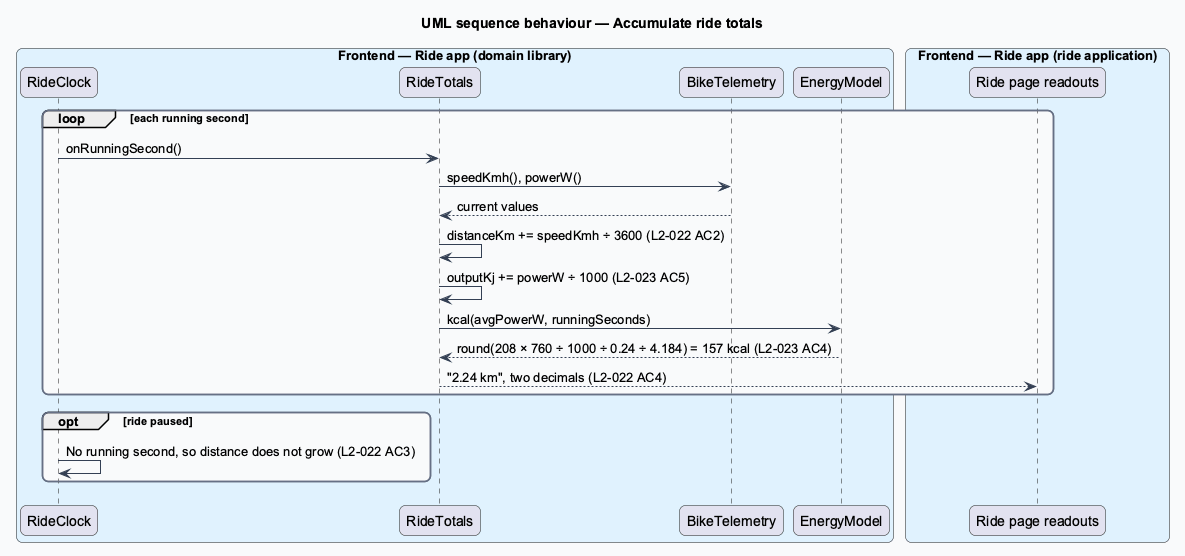
Earlier version of the PlantUML export docs/detailed-designs/bike/read-bike-telemetry/diagrams/sequence-accumulate-ride-totals.png (QuinntyneBrown/ride-one). Its diagram source:
```plantuml
@startuml
title UML sequence behaviour — Accumulate ride totals
skinparam backgroundColor #FFFFFF
skinparam shadowing false
skinparam roundcorner 12
skinparam defaultFontName Arial
skinparam ArrowColor #344054
skinparam rectangle {
  BorderColor #344054
  FontColor #101828
}
skinparam package {
  BorderColor #667085
  FontColor #101828
  BackgroundColor #F9FAFB
}
box "Frontend — Ride app (domain library)" #E0F2FE
  participant "RideClock" as clock
  participant "RideTotals" as totals
  participant "BikeTelemetry" as tele
  participant "EnergyModel" as energy
end box
box "Frontend — Ride app (ride application)" #E0F2FE
  participant "Ride page readouts" as page
end box
loop each running second
  clock -> totals : onRunningSecond()
  totals -> tele : speedKmh(), powerW()
  tele --> totals : current values
  totals -> totals : distanceKm += speedKmh ÷ 3600 (L2-022 AC2)
  totals -> totals : outputKj += powerW ÷ 1000 (L2-023 AC5)
  totals -> energy : kcal(avgPowerW, runningSeconds)
  energy --> totals : round(208 × 760 ÷ 1000 ÷ 0.24 ÷ 4.184) = 157 kcal (L2-023 AC4)
  totals --> page : "2.24 km", two decimals (L2-022 AC4)
end
opt ride paused
  clock -> clock : No running second, so distance does not grow (L2-022 AC3)
end
@enduml
```
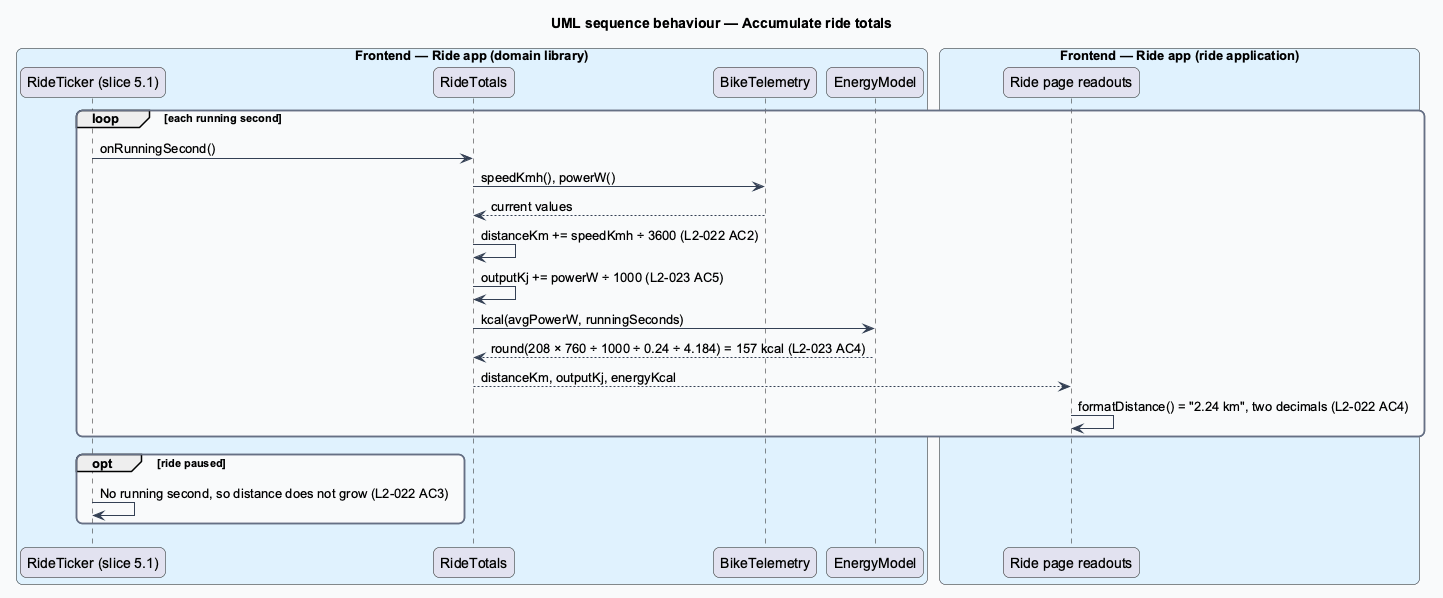
The same diagram one commit later.

Commit message:
Align the telemetry design with slice 3.2

What changed in the source:
```diff
@@ -15,7 +15,7 @@
   BackgroundColor #F9FAFB
 }
 box "Frontend — Ride app (domain library)" #E0F2FE
-  participant "RideClock" as clock
+  participant "RideTicker (slice 5.1)" as clock
   participant "RideTotals" as totals
   participant "BikeTelemetry" as tele
   participant "EnergyModel" as energy
@@ -31,7 +31,8 @@
   totals -> totals : outputKj += powerW ÷ 1000 (L2-023 AC5)
   totals -> energy : kcal(avgPowerW, runningSeconds)
   energy --> totals : round(208 × 760 ÷ 1000 ÷ 0.24 ÷ 4.184) = 157 kcal (L2-023 AC4)
-  totals --> page : "2.24 km", two decimals (L2-022 AC4)
+  totals --> page : distanceKm, outputKj, energyKcal
+  page -> page : formatDistance() = "2.24 km", two decimals (L2-022 AC4)
 end
 opt ride paused
   clock -> clock : No running second, so distance does not grow (L2-022 AC3)
```
